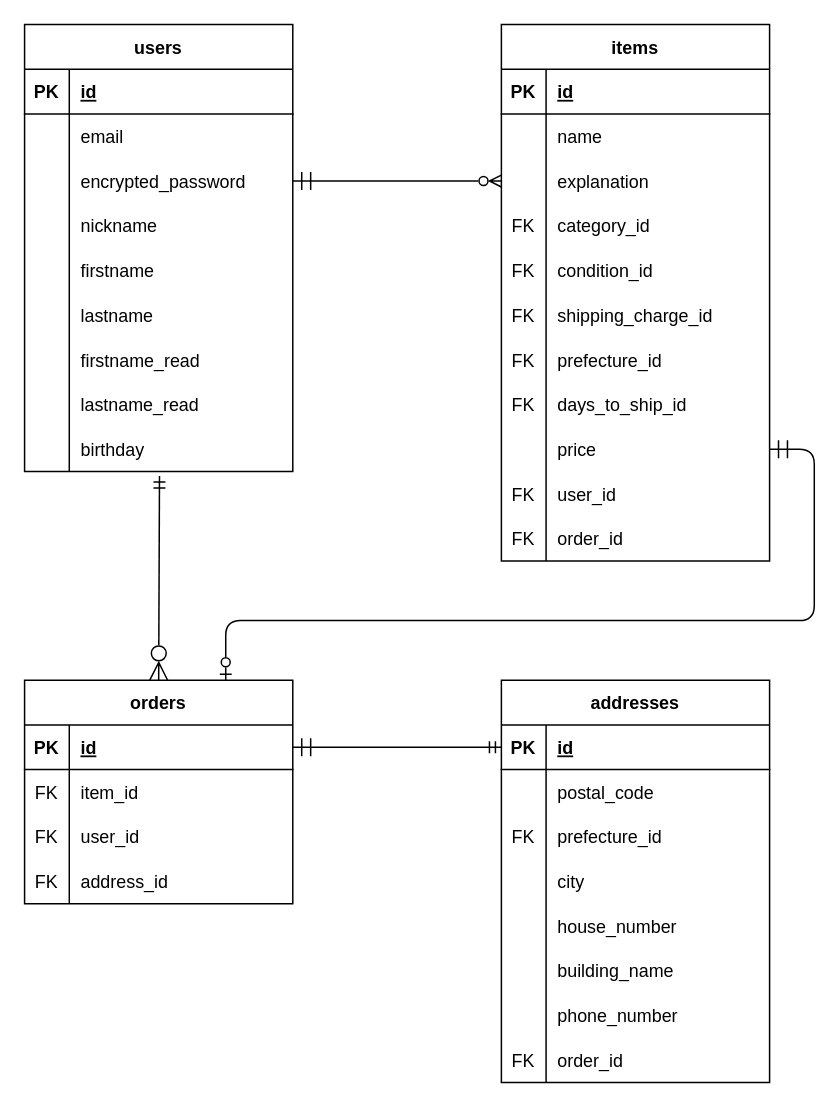
nagahiroBass/furima-37731 keeps this draw.io diagram as er.dio. Above is the earlier version. Source tidied: cells renumbered, new cells numbered last; positions are measured from the earlier drawing's top-left corner, leaving out a move shared by most shapes. Both pictures are drawn from the tidied source at 149%, with x=0, y=0 at pixel (24, 24).
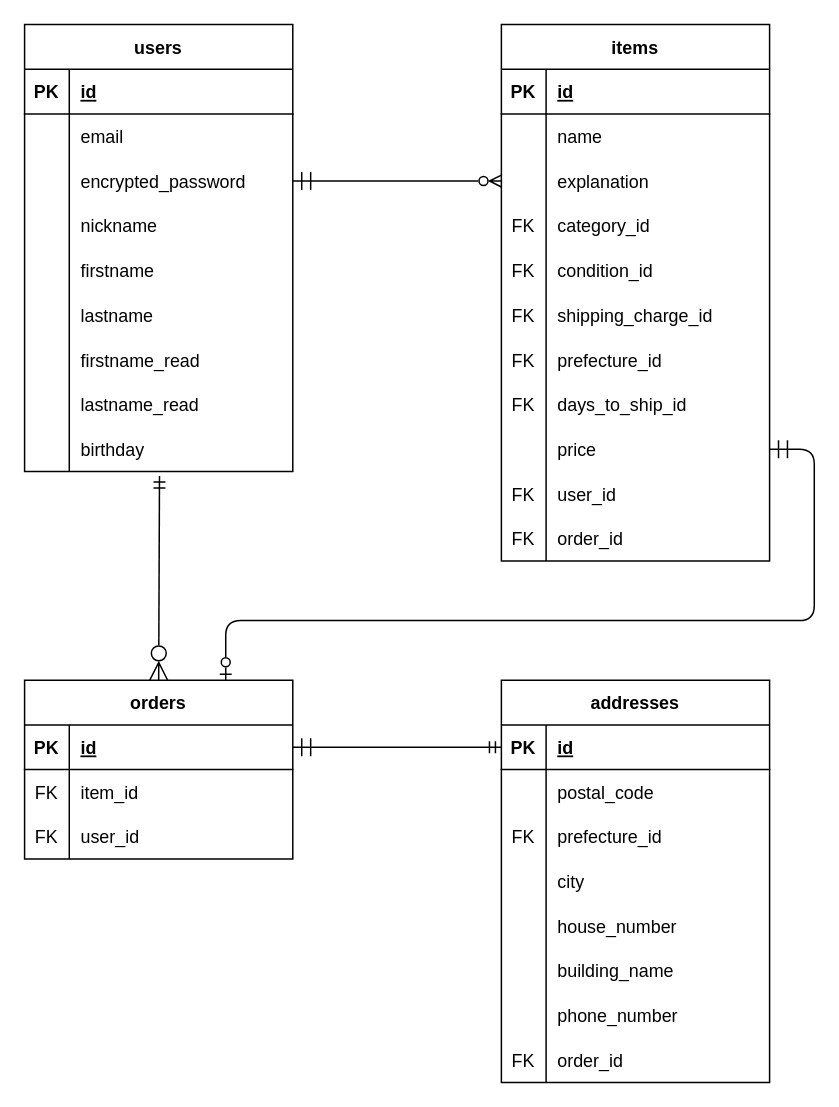
The same diagram, later.

Commit message:
ordersテーブル内の外部キーを削除

What changed in the source:
```diff
@@
     <mxCell id="65" value="orders" style="shape=table;startSize=30;childLayout=tableLayout;rowLines=0;fontStyle=1;align=center;strokeColor=default;" parent="1" vertex="1">
-      <mxGeometry y="440" width="180" height="150" as="geometry" />
+      <mxGeometry y="440" width="180" height="120" as="geometry" />
     </mxCell>
@@
-    <mxCell id="75" style="shape=partialRectangle;fillColor=none;top=0;left=0;bottom=0;right=0;strokeColor=default;" parent="65" vertex="1">
-      <mxGeometry y="120" width="180" height="30" as="geometry" />
-    </mxCell>
-    <mxCell id="76" value="FK" style="shape=partialRectangle;fillColor=none;top=0;left=0;bottom=0;right=0;overflow=hidden;strokeColor=default;" parent="75" vertex="1">
-      <mxGeometry width="30" height="30" as="geometry" />
-    </mxCell>
-    <mxCell id="77" value="address_id" style="shape=partialRectangle;fillColor=none;top=0;left=0;bottom=0;right=0;align=left;spacingLeft=6;overflow=hidden;strokeColor=default;" parent="75" vertex="1">
-      <mxGeometry x="30" width="150" height="30" as="geometry" />
-    </mxCell>
```
